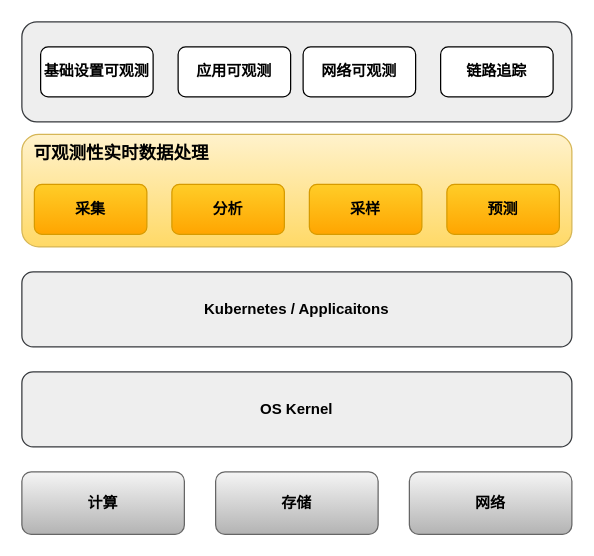
This is page "总统框架2.0" (9 of 10) of shrine-doc/论文相关.drawio from easefulfil/CLOUDCARE, a draw.io file, before an edit. Source tidied: cells renumbered, new cells numbered last; positions are measured from the earlier drawing's top-left corner, leaving out a move shared by most shapes. Both pictures are drawn from the tidied source at 125%, with x=0, y=0 at pixel (21, 21).
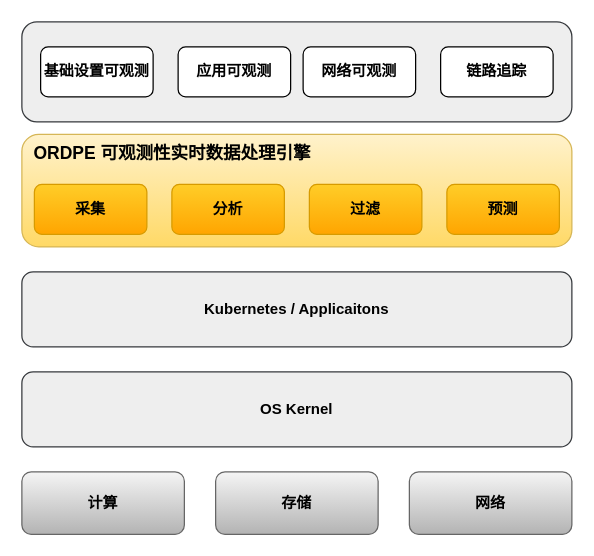
The same page after the edit.

What changed in the source:
```diff
@@
 <mxGraphModel>
   <root>
     <mxCell id="0" />
     <mxCell id="1" parent="0" />
-    <mxCell id="2" value="&amp;nbsp; 可观测性实时数据处理" style="rounded=1;whiteSpace=wrap;html=1;fillColor=#fff2cc;strokeColor=#d6b656;align=left;fontStyle=1;fontSize=14;gradientColor=#ffd966;verticalAlign=top;" parent="1" vertex="1">
+    <mxCell id="2" value="&amp;nbsp; ORDPE 可观测性实时数据处理引擎" style="rounded=1;whiteSpace=wrap;html=1;fillColor=#fff2cc;strokeColor=#d6b656;align=left;fontStyle=1;fontSize=14;gradientColor=#ffd966;verticalAlign=top;" parent="1" vertex="1">
       <mxGeometry y="90" width="440" height="90" as="geometry" />
     </mxCell>
     <mxCell id="3" value="网络" style="rounded=1;whiteSpace=wrap;html=1;fontStyle=1;fillColor=#f5f5f5;gradientColor=#b3b3b3;strokeColor=#666666;" parent="1" vertex="1">
       <mxGeometry x="310" y="360" width="130" height="50" as="geometry" />
     </mxCell>
     <mxCell id="4" value="计算" style="rounded=1;whiteSpace=wrap;html=1;fontStyle=1;fillColor=#f5f5f5;gradientColor=#b3b3b3;strokeColor=#666666;" parent="1" vertex="1">
       <mxGeometry y="360" width="130" height="50" as="geometry" />
     </mxCell>
     <mxCell id="5" value="存储" style="rounded=1;whiteSpace=wrap;html=1;fontStyle=1;fillColor=#f5f5f5;gradientColor=#b3b3b3;strokeColor=#666666;" parent="1" vertex="1">
       <mxGeometry x="155" y="360" width="130" height="50" as="geometry" />
     </mxCell>
     <mxCell id="6" value="OS Kernel" style="rounded=1;whiteSpace=wrap;html=1;fillColor=#eeeeee;strokeColor=#36393d;fontStyle=1;" parent="1" vertex="1">
       <mxGeometry y="280" width="440" height="60" as="geometry" />
     </mxCell>
     <mxCell id="7" value="Kubernetes / Applicaitons" style="rounded=1;whiteSpace=wrap;html=1;fillColor=#eeeeee;strokeColor=#36393d;fontStyle=1;" parent="1" vertex="1">
       <mxGeometry y="200" width="440" height="60" as="geometry" />
     </mxCell>
     <mxCell id="8" style="rounded=1;whiteSpace=wrap;html=1;fillColor=#eeeeee;strokeColor=#36393d;align=left;fontStyle=1;fontSize=14;verticalAlign=top;" parent="1" vertex="1">
       <mxGeometry width="440" height="80" as="geometry" />
     </mxCell>
     <mxCell id="9" value="基础设置可观测" style="rounded=1;whiteSpace=wrap;html=1;fontStyle=1;" parent="1" vertex="1">
       <mxGeometry x="15" y="20" width="90" height="40" as="geometry" />
     </mxCell>
     <mxCell id="10" value="应用可观测" style="rounded=1;whiteSpace=wrap;html=1;fontStyle=1;" parent="1" vertex="1">
       <mxGeometry x="125" y="20" width="90" height="40" as="geometry" />
     </mxCell>
     <mxCell id="11" value="分析" style="rounded=1;whiteSpace=wrap;html=1;fontStyle=1;fillColor=#ffcd28;gradientColor=#ffa500;strokeColor=#d79b00;" parent="1" vertex="1">
       <mxGeometry x="120" y="130" width="90" height="40" as="geometry" />
     </mxCell>
     <mxCell id="12" value="预测" style="rounded=1;whiteSpace=wrap;html=1;fontStyle=1;fillColor=#ffcd28;gradientColor=#ffa500;strokeColor=#d79b00;" parent="1" vertex="1">
       <mxGeometry x="340" y="130" width="90" height="40" as="geometry" />
     </mxCell>
-    <mxCell id="13" value="采样" style="rounded=1;whiteSpace=wrap;html=1;fontStyle=1;fillColor=#ffcd28;gradientColor=#ffa500;strokeColor=#d79b00;" parent="1" vertex="1">
+    <mxCell id="13" value="过滤" style="rounded=1;whiteSpace=wrap;html=1;fontStyle=1;fillColor=#ffcd28;gradientColor=#ffa500;strokeColor=#d79b00;" parent="1" vertex="1">
       <mxGeometry x="230" y="130" width="90" height="40" as="geometry" />
     </mxCell>
     <mxCell id="14" value="采集" style="rounded=1;whiteSpace=wrap;html=1;fontStyle=1;fillColor=#ffcd28;gradientColor=#ffa500;strokeColor=#d79b00;" parent="1" vertex="1">
       <mxGeometry x="10" y="130" width="90" height="40" as="geometry" />
     </mxCell>
     <mxCell id="15" value="网络可观测" style="rounded=1;whiteSpace=wrap;html=1;fontStyle=1;" parent="1" vertex="1">
       <mxGeometry x="225" y="20" width="90" height="40" as="geometry" />
     </mxCell>
     <mxCell id="16" value="链路追踪" style="rounded=1;whiteSpace=wrap;html=1;fontStyle=1;" parent="1" vertex="1">
       <mxGeometry x="335" y="20" width="90" height="40" as="geometry" />
     </mxCell>
   </root>
 </mxGraphModel>
```
